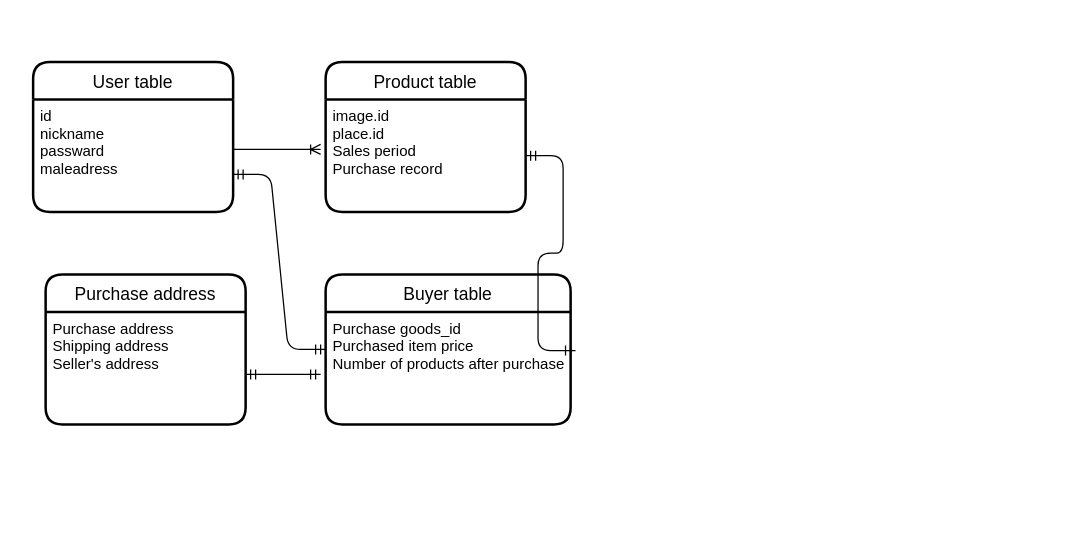
Earlier version of the draw.io diagram REDEME.dio (KAWAUchi1013/furima-37180). Source tidied: cells renumbered, new cells numbered last; positions are measured from the earlier drawing's top-left corner, leaving out a move shared by most shapes. Both pictures are drawn from the tidied source at 125%, with x=0, y=0 at pixel (32, 61).
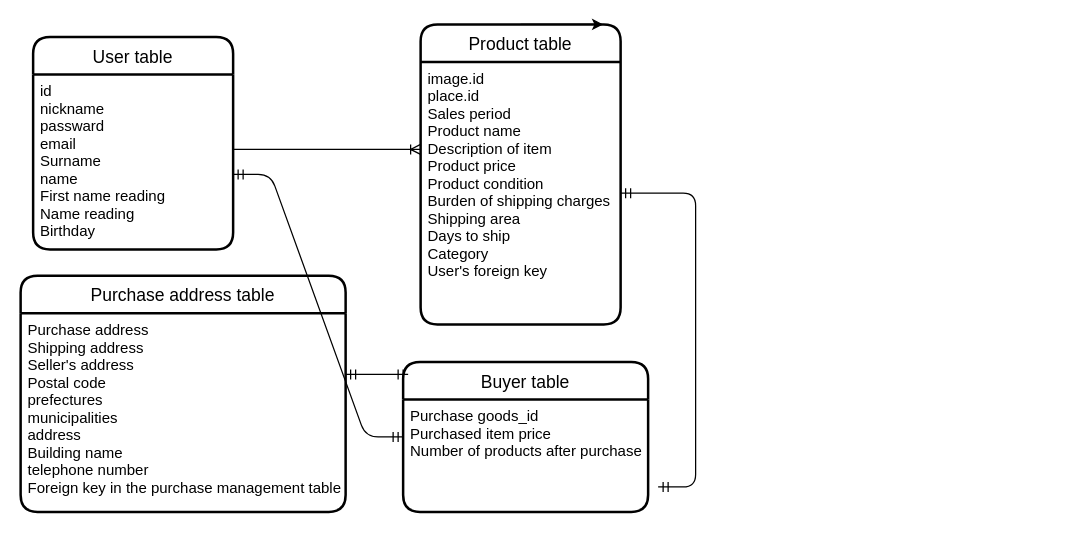
The same diagram, later.

The edit, as a diff of the source:
```diff
@@
 <mxGraphModel>
   <root>
     <mxCell id="0" />
     <mxCell id="1" parent="0" />
     <mxCell id="2" value="User table" style="swimlane;horizontal=1;startSize=30;rounded=1;fontSize=14;fontStyle=0;strokeWidth=2;shadow=0;dashed=0;align=center;" parent="1" vertex="1">
-      <mxGeometry width="160" height="120" as="geometry" />
+      <mxGeometry y="-20" width="160" height="170" as="geometry" />
     </mxCell>
-    <mxCell id="3" value="id&#10;nickname&#10;passward&#10;maleadress&#10;" style="align=left;strokeColor=none;fillColor=none;spacingLeft=4;fontSize=12;verticalAlign=top;" parent="2" vertex="1">
-      <mxGeometry y="30" width="160" height="90" as="geometry" />
+    <mxCell id="3" value="id&#10;nickname&#10;passward&#10;email&#10;Surname&#10;name&#10;First name reading&#10;Name reading&#10;Birthday" style="align=left;strokeColor=none;fillColor=none;spacingLeft=4;fontSize=12;verticalAlign=top;" parent="2" vertex="1">
+      <mxGeometry y="30" width="160" height="140" as="geometry" />
     </mxCell>
     <mxCell id="4" value="Product table" style="swimlane;horizontal=1;startSize=30;rounded=1;fontSize=14;fontStyle=0;strokeWidth=2;shadow=0;dashed=0;align=center;" parent="1" vertex="1">
-      <mxGeometry x="234" width="160" height="120" as="geometry" />
+      <mxGeometry x="310" y="-30" width="160" height="240" as="geometry" />
     </mxCell>
-    <mxCell id="5" value="image.id　　　　　　　　　　　　　　　　　　　　　　　　　　　　　　　　　　　　　　　&#10;place.id&#10;Sales period&#10;Purchase record&#10;&#10;" style="align=left;strokeColor=none;fillColor=none;spacingLeft=4;fontSize=12;verticalAlign=top;" parent="4" vertex="1">
-      <mxGeometry y="30" width="160" height="90" as="geometry" />
+    <mxCell id="5" value="image.id　　　　　　　　　　　　　　　　　　　　　　　　　　　　　　　　　　　　　　　&#10;place.id&#10;Sales period&#10;Product name&#10;Description of item&#10;Product price&#10;Product condition&#10;Burden of shipping charges&#10;Shipping area&#10;Days to ship&#10;Category&#10;User's foreign key" style="align=left;strokeColor=none;fillColor=none;spacingLeft=4;fontSize=12;verticalAlign=top;" parent="4" vertex="1">
+      <mxGeometry y="30" width="160" height="210" as="geometry" />
     </mxCell>
     <mxCell id="6" value="Buyer table" style="swimlane;horizontal=1;startSize=30;rounded=1;fontSize=14;fontStyle=0;strokeWidth=2;shadow=0;dashed=0;align=center;" parent="1" vertex="1">
-      <mxGeometry x="234" y="170" width="196" height="120" as="geometry" />
+      <mxGeometry x="296" y="240" width="196" height="120" as="geometry" />
     </mxCell>
     <mxCell id="7" value="Purchase goods_id&#10;Purchased item price&#10;Number of products after purchase&#10;" style="align=left;strokeColor=none;fillColor=none;spacingLeft=4;fontSize=12;verticalAlign=top;" parent="6" vertex="1">
       <mxGeometry y="30" width="196" height="90" as="geometry" />
     </mxCell>
     <mxCell id="8" style="edgeStyle=entityRelationEdgeStyle;fontSize=12;html=1;endArrow=ERoneToMany;" parent="1" edge="1">
       <mxGeometry relative="1" as="geometry">
         <mxPoint x="160" y="70" as="sourcePoint" />
-        <mxPoint x="230" y="70" as="targetPoint" />
+        <mxPoint x="310" y="70" as="targetPoint" />
       </mxGeometry>
     </mxCell>
-    <mxCell id="9" value="Purchase address" style="swimlane;horizontal=1;startSize=30;rounded=1;fontSize=14;fontStyle=0;strokeWidth=2;shadow=0;dashed=0;align=center;direction=east;" parent="1" vertex="1">
-      <mxGeometry x="10" y="170" width="160" height="120" as="geometry" />
+    <mxCell id="9" value="Purchase address table" style="swimlane;horizontal=1;startSize=30;rounded=1;fontSize=14;fontStyle=0;strokeWidth=2;shadow=0;dashed=0;align=center;direction=east;" parent="1" vertex="1">
+      <mxGeometry x="-10" y="171" width="260" height="189" as="geometry" />
     </mxCell>
-    <mxCell id="10" value="Purchase address&#10;Shipping address&#10;Seller's address&#10;" style="align=left;strokeColor=none;fillColor=none;spacingLeft=4;fontSize=12;verticalAlign=top;" parent="9" vertex="1">
-      <mxGeometry y="30" width="160" height="90" as="geometry" />
+    <mxCell id="10" value="Purchase address&#10;Shipping address&#10;Seller's address&#10;Postal code&#10;prefectures&#10;municipalities&#10;address&#10;Building name&#10;telephone number&#10;Foreign key in the purchase management table" style="align=left;strokeColor=none;fillColor=none;spacingLeft=4;fontSize=12;verticalAlign=top;" parent="9" vertex="1">
+      <mxGeometry y="30" width="260" height="159" as="geometry" />
     </mxCell>
-    <mxCell id="11" style="edgeStyle=entityRelationEdgeStyle;fontSize=12;html=1;endArrow=ERmandOne;startArrow=ERmandOne;exitX=1.02;exitY=0.344;exitDx=0;exitDy=0;exitPerimeter=0;" parent="1" edge="1" source="7" target="5">
-      <mxGeometry relative="1" as="geometry" />
+    <mxCell id="11" style="edgeStyle=entityRelationEdgeStyle;fontSize=12;html=1;endArrow=ERmandOne;startArrow=ERmandOne;" parent="1" edge="1" target="5">
+      <mxGeometry relative="1" as="geometry">
+        <mxPoint x="500" y="340" as="sourcePoint" />
+      </mxGeometry>
     </mxCell>
     <mxCell id="12" style="edgeStyle=entityRelationEdgeStyle;fontSize=12;html=1;endArrow=ERmandOne;startArrow=ERmandOne;" parent="1" edge="1">
       <mxGeometry relative="1" as="geometry">
-        <mxPoint x="170" y="250" as="sourcePoint" />
-        <mxPoint x="230" y="250" as="targetPoint" />
+        <mxPoint x="250" y="250" as="sourcePoint" />
+        <mxPoint x="300" y="250" as="targetPoint" />
       </mxGeometry>
     </mxCell>
     <mxCell id="13" style="edgeStyle=entityRelationEdgeStyle;fontSize=12;html=1;endArrow=ERmandOne;startArrow=ERmandOne;" parent="1" edge="1" target="6">
       <mxGeometry relative="1" as="geometry">
         <mxPoint x="160" y="90" as="sourcePoint" />
       </mxGeometry>
     </mxCell>
+    <mxCell id="14" style="edgeStyle=none;html=1;exitX=0.5;exitY=0;exitDx=0;exitDy=0;entryX=0.913;entryY=0;entryDx=0;entryDy=0;entryPerimeter=0;" parent="1" edge="1" source="4" target="4">
+      <mxGeometry relative="1" as="geometry" />
+    </mxCell>
   </root>
 </mxGraphModel>
```
